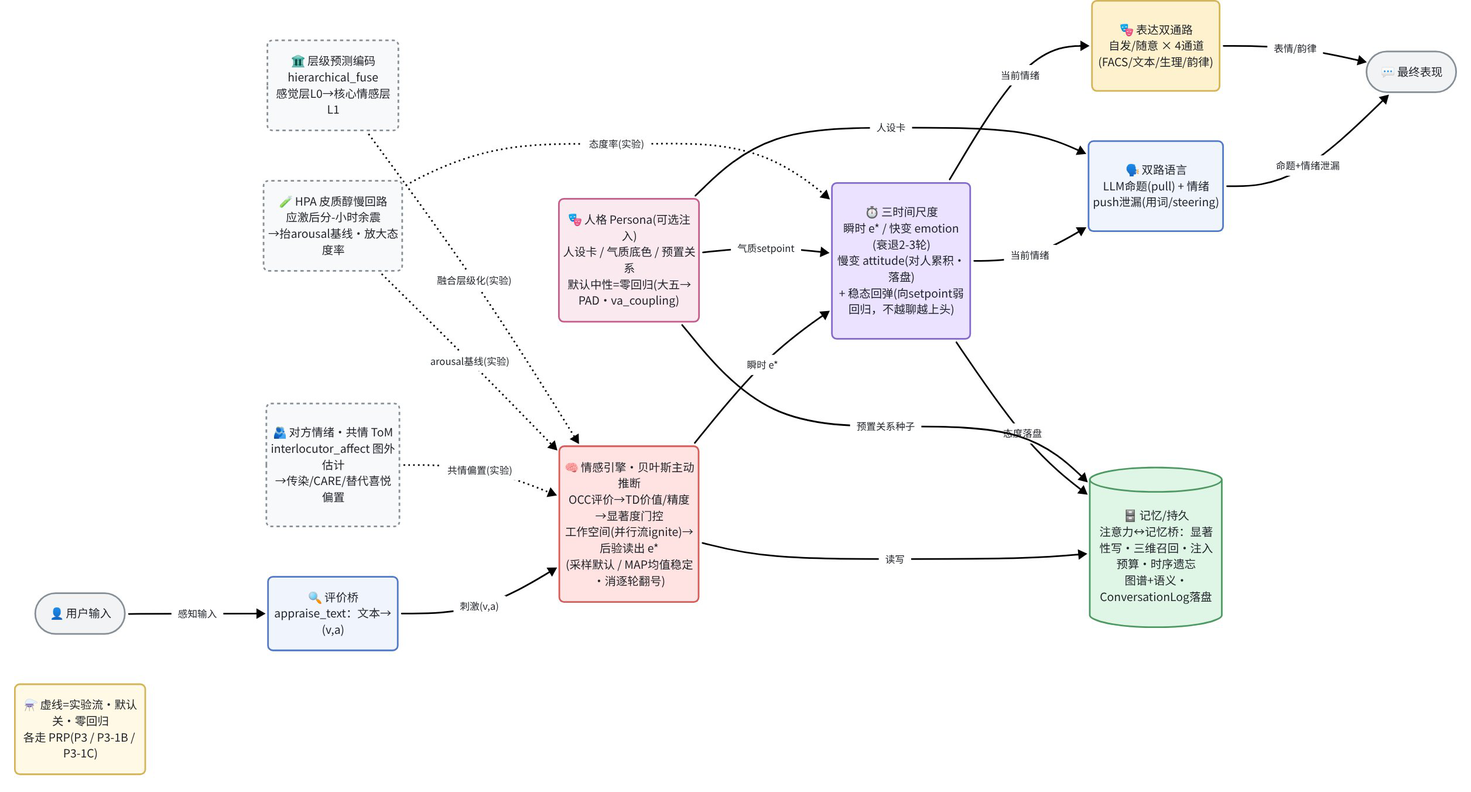
Earlier version of the Mermaid export docs/v2/framework-current.png (WizardHeHeJun/Zero). Its source is kept beside it as docs/v2/framework-current.mmd.
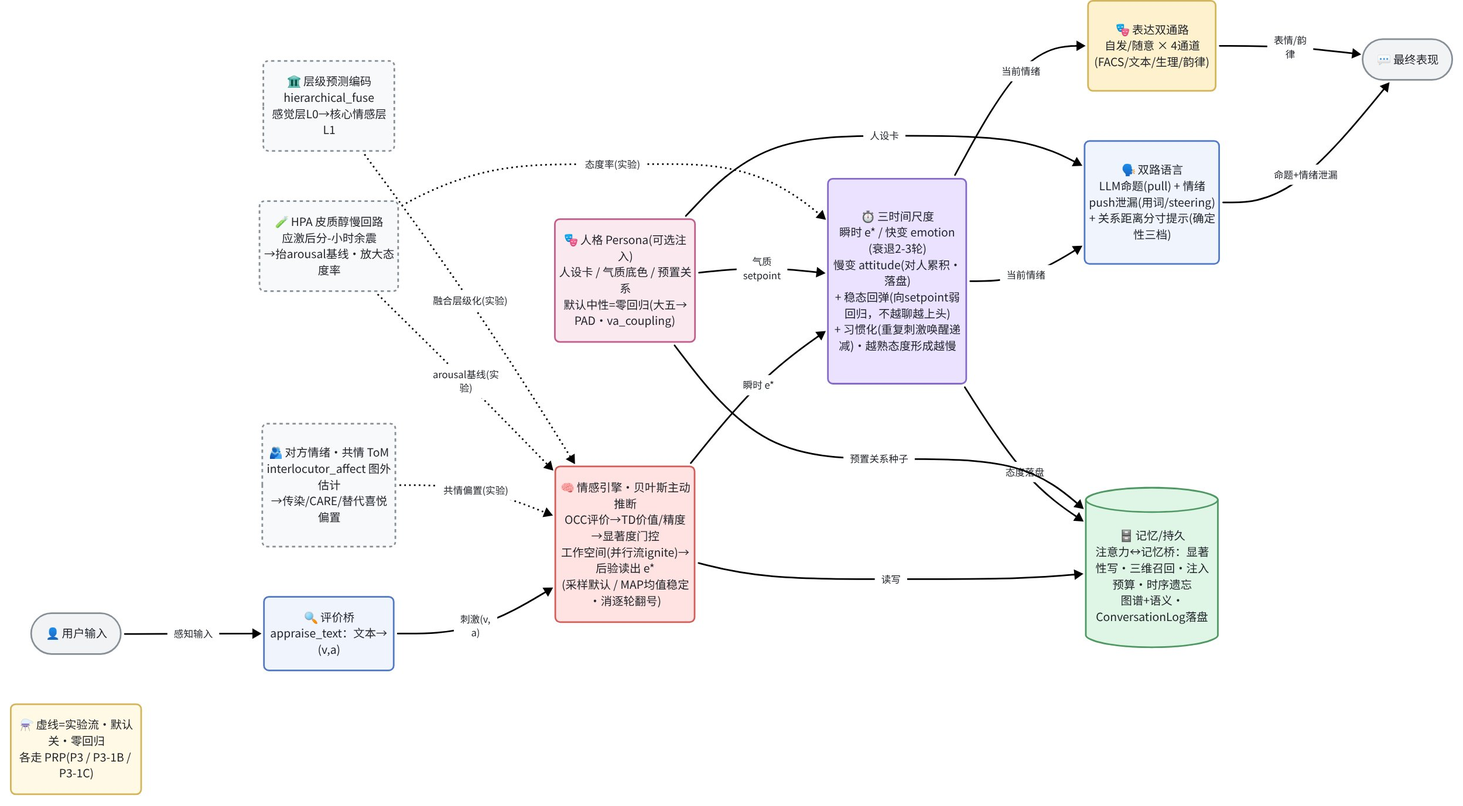
The same diagram one commit later.

Diff of the diagram source:
```diff
@@ -2,8 +2,8 @@
   user(["👤 用户输入"]):::terminal
   appraise["🔍 评价桥<br/>appraise_text：文本→(v,a)"]:::appraise
   engine["🧠 情感引擎·贝叶斯主动推断<br/>OCC评价→TD价值/精度→显著度门控<br/>工作空间(并行流ignite)→后验读出 e*<br/>(采样默认 / MAP均值稳定·消逐轮翻号)"]:::engine
-  timescales["⏱️ 三时间尺度<br/>瞬时 e* / 快变 emotion(衰退2-3轮)<br/>慢变 attitude(对人累积·落盘)<br/>+ 稳态回弹(向setpoint弱回归，不越聊越上头)"]:::timescale
-  language["🗣️ 双路语言<br/>LLM命题(pull) + 情绪push泄漏(用词/steering)"]:::language
+  timescales["⏱️ 三时间尺度<br/>瞬时 e* / 快变 emotion(衰退2-3轮)<br/>慢变 attitude(对人累积·落盘)<br/>+ 稳态回弹(向setpoint弱回归，不越聊越上头)<br/>+ 习惯化(重复刺激唤醒递减)·越熟态度形成越慢"]:::timescale
+  language["🗣️ 双路语言<br/>LLM命题(pull) + 情绪push泄漏(用词/steering)<br/>+ 关系距离分寸提示(确定性三档)"]:::language
   expression["🎭 表达双通路<br/>自发/随意 × 4通道(FACS/文本/生理/韵律)"]:::expression
   persona["🎭 人格 Persona(可选注入)<br/>人设卡 / 气质底色 / 预置关系<br/>默认中性=零回归(大五→PAD·va_coupling)"]:::persona
   memory[("🗄️ 记忆/持久<br/>注意力↔记忆桥：显著性写·三维召回·注入预算·时序遗忘<br/>图谱+语义·ConversationLog落盘")]:::memory
```
